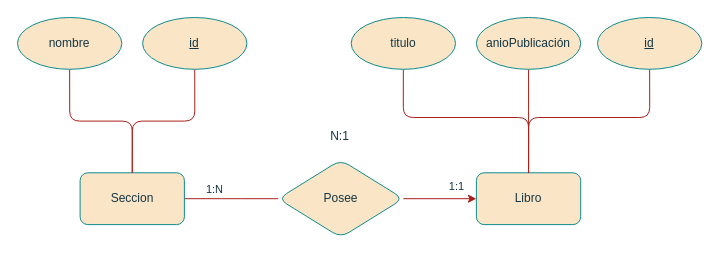
This is base-de-datos/02-ejercicios/01-biblioteca/MR.drawio from 4l3j0Ok/institute-second-year, a draw.io file, before an edit. Source tidied: cells renumbered, new cells numbered last; positions are measured from the earlier drawing's top-left corner, leaving out a move shared by most shapes. Both pictures are drawn from the tidied source at 100%, with x=0, y=0 at pixel (17, 17).
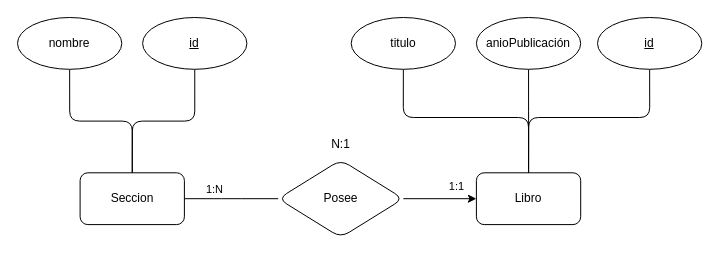
Above is the later version.

Diff of the diagram source:
```diff
@@
-    <mxCell id="2" style="edgeStyle=orthogonalEdgeStyle;rounded=1;jettySize=auto;html=1;entryX=0;entryY=0.5;entryDx=0;entryDy=0;endArrow=none;startFill=0;labelBackgroundColor=none;fontColor=default;startArrow=none;strokeColor=#A8201A;" parent="1" edge="1" source="3" target="7">
+    <mxCell id="2" style="edgeStyle=orthogonalEdgeStyle;rounded=1;jettySize=auto;html=1;entryX=0;entryY=0.5;entryDx=0;entryDy=0;endArrow=none;startFill=0;labelBackgroundColor=none;fontColor=default;startArrow=none;" parent="1" edge="1" source="3" target="7">
       <mxGeometry relative="1" as="geometry" />
     </mxCell>
-    <mxCell id="3" value="Seccion" style="whiteSpace=wrap;html=1;align=center;labelBackgroundColor=none;rounded=1;fillColor=#FAE5C7;strokeColor=#0F8B8D;fontColor=#143642;" parent="1" vertex="1">
+    <mxCell id="3" value="Seccion" style="whiteSpace=wrap;html=1;align=center;labelBackgroundColor=none;rounded=1;" parent="1" vertex="1">
       <mxGeometry x="62.6" y="155.3" width="104.3" height="51.8" as="geometry" />
     </mxCell>
-    <mxCell id="4" value="Libro" style="whiteSpace=wrap;html=1;align=center;labelBackgroundColor=none;rounded=1;fillColor=#FAE5C7;strokeColor=#0F8B8D;fontColor=#143642;" parent="1" vertex="1">
+    <mxCell id="4" value="Libro" style="whiteSpace=wrap;html=1;align=center;labelBackgroundColor=none;rounded=1;" parent="1" vertex="1">
       <mxGeometry x="458.9" y="155.3" width="104.3" height="51.8" as="geometry" />
     </mxCell>
-    <mxCell id="5" style="edgeStyle=orthogonalEdgeStyle;rounded=1;jettySize=auto;html=1;entryX=0;entryY=0.5;entryDx=0;entryDy=0;labelBackgroundColor=none;fontColor=default;endArrow=classic;startFill=0;strokeColor=#A8201A;endFill=1;" parent="1" edge="1" source="7" target="4">
+    <mxCell id="5" style="edgeStyle=orthogonalEdgeStyle;rounded=1;jettySize=auto;html=1;entryX=0;entryY=0.5;entryDx=0;entryDy=0;labelBackgroundColor=none;fontColor=default;endArrow=classic;startFill=0;endFill=1;" parent="1" edge="1" source="7" target="4">
       <mxGeometry relative="1" as="geometry" />
     </mxCell>
-    <mxCell id="6" value="1:N" style="edgeLabel;html=1;align=center;verticalAlign=middle;labelBackgroundColor=none;rounded=1;fontColor=#143642;" parent="5" vertex="1">
+    <mxCell id="6" value="1:N" style="edgeLabel;html=1;align=center;verticalAlign=middle;labelBackgroundColor=none;rounded=1;" parent="5" vertex="1">
       <mxGeometry x="-0.49" y="3" relative="1" as="geometry">
         <mxPoint x="-208" y="-7" as="offset" />
       </mxGeometry>
     </mxCell>
-    <mxCell id="7" value="Posee" style="shape=rhombus;perimeter=rhombusPerimeter;whiteSpace=wrap;html=1;align=center;labelBackgroundColor=none;rounded=1;fillColor=#FAE5C7;strokeColor=#0F8B8D;fontColor=#143642;" parent="1" vertex="1">
+    <mxCell id="7" value="Posee" style="shape=rhombus;perimeter=rhombusPerimeter;whiteSpace=wrap;html=1;align=center;labelBackgroundColor=none;rounded=1;" parent="1" vertex="1">
       <mxGeometry x="260.7" y="142.4" width="125.1" height="77.6" as="geometry" />
     </mxCell>
-    <mxCell id="8" style="edgeStyle=orthogonalEdgeStyle;rounded=1;jettySize=auto;html=1;entryX=0.5;entryY=0;entryDx=0;entryDy=0;endArrow=none;startFill=0;labelBackgroundColor=none;fontColor=default;strokeColor=#A8201A;" parent="1" edge="1" source="9" target="4">
+    <mxCell id="8" style="edgeStyle=orthogonalEdgeStyle;rounded=1;jettySize=auto;html=1;entryX=0.5;entryY=0;entryDx=0;entryDy=0;endArrow=none;startFill=0;labelBackgroundColor=none;fontColor=default;" parent="1" edge="1" source="9" target="4">
       <mxGeometry relative="1" as="geometry">
         <Array as="points">
           <mxPoint x="386" y="100" />
           <mxPoint x="511" y="100" />
         </Array>
       </mxGeometry>
     </mxCell>
-    <mxCell id="9" value="titulo" style="ellipse;whiteSpace=wrap;html=1;align=center;labelBackgroundColor=none;rounded=1;fillColor=#FAE5C7;strokeColor=#0F8B8D;fontColor=#143642;" parent="1" vertex="1">
+    <mxCell id="9" value="titulo" style="ellipse;whiteSpace=wrap;html=1;align=center;labelBackgroundColor=none;rounded=1;" parent="1" vertex="1">
       <mxGeometry x="333.7" width="104.3" height="51.8" as="geometry" />
     </mxCell>
-    <mxCell id="10" style="edgeStyle=orthogonalEdgeStyle;rounded=1;jettySize=auto;html=1;endArrow=none;startFill=0;exitX=0.5;exitY=1;exitDx=0;exitDy=0;labelBackgroundColor=none;fontColor=default;strokeColor=#A8201A;" parent="1" edge="1" source="13" target="4">
+    <mxCell id="10" style="edgeStyle=orthogonalEdgeStyle;rounded=1;jettySize=auto;html=1;endArrow=none;startFill=0;exitX=0.5;exitY=1;exitDx=0;exitDy=0;labelBackgroundColor=none;fontColor=default;" parent="1" edge="1" source="13" target="4">
       <mxGeometry relative="1" as="geometry" />
     </mxCell>
-    <mxCell id="11" style="edgeStyle=orthogonalEdgeStyle;rounded=1;jettySize=auto;html=1;exitX=0.5;exitY=1;exitDx=0;exitDy=0;entryX=0.5;entryY=0;entryDx=0;entryDy=0;fontColor=default;labelBackgroundColor=none;strokeColor=#A8201A;endArrow=none;endFill=0;" parent="1" edge="1" source="12" target="3">
+    <mxCell id="11" style="edgeStyle=orthogonalEdgeStyle;rounded=1;jettySize=auto;html=1;exitX=0.5;exitY=1;exitDx=0;exitDy=0;entryX=0.5;entryY=0;entryDx=0;entryDy=0;fontColor=default;labelBackgroundColor=none;endArrow=none;endFill=0;" parent="1" edge="1" source="12" target="3">
       <mxGeometry relative="1" as="geometry" />
     </mxCell>
-    <mxCell id="12" value="nombre" style="ellipse;whiteSpace=wrap;html=1;align=center;labelBackgroundColor=none;rounded=1;fillColor=#FAE5C7;strokeColor=#0F8B8D;fontColor=#143642;" parent="1" vertex="1">
+    <mxCell id="12" value="nombre" style="ellipse;whiteSpace=wrap;html=1;align=center;labelBackgroundColor=none;rounded=1;" parent="1" vertex="1">
       <mxGeometry width="104.3" height="51.8" as="geometry" />
     </mxCell>
-    <mxCell id="13" value="&lt;div&gt;anioPublicación&lt;/div&gt;" style="ellipse;whiteSpace=wrap;html=1;align=center;labelBackgroundColor=none;rounded=1;fillColor=#FAE5C7;strokeColor=#0F8B8D;fontColor=#143642;" parent="1" vertex="1">
+    <mxCell id="13" value="&lt;div&gt;anioPublicación&lt;/div&gt;" style="ellipse;whiteSpace=wrap;html=1;align=center;labelBackgroundColor=none;rounded=1;" parent="1" vertex="1">
       <mxGeometry x="458.9" width="104.3" height="51.8" as="geometry" />
     </mxCell>
-    <mxCell id="14" style="edgeStyle=orthogonalEdgeStyle;rounded=1;jettySize=auto;html=1;entryX=0.5;entryY=0;entryDx=0;entryDy=0;fontColor=default;endArrow=none;startFill=0;labelBackgroundColor=none;strokeColor=#A8201A;" parent="1" edge="1" source="15" target="3">
+    <mxCell id="14" style="edgeStyle=orthogonalEdgeStyle;rounded=1;jettySize=auto;html=1;entryX=0.5;entryY=0;entryDx=0;entryDy=0;fontColor=default;endArrow=none;startFill=0;labelBackgroundColor=none;" parent="1" edge="1" source="15" target="3">
       <mxGeometry relative="1" as="geometry" />
     </mxCell>
-    <mxCell id="15" value="id" style="ellipse;whiteSpace=wrap;html=1;align=center;fontStyle=4;rounded=1;labelBackgroundColor=none;fillColor=#FAE5C7;strokeColor=#0F8B8D;fontColor=#143642;" parent="1" vertex="1">
+    <mxCell id="15" value="id" style="ellipse;whiteSpace=wrap;html=1;align=center;fontStyle=4;rounded=1;labelBackgroundColor=none;" parent="1" vertex="1">
       <mxGeometry x="125.1" width="104.3" height="51.8" as="geometry" />
     </mxCell>
-    <mxCell id="16" value="N:1" style="text;html=1;align=center;verticalAlign=middle;strokeColor=none;fillColor=none;labelBackgroundColor=none;fontColor=#143642;" parent="1" vertex="1">
-      <mxGeometry x="302.4" y="103.5" width="40" height="30" as="geometry" />
+    <mxCell id="16" value="N:1" style="text;html=1;align=center;verticalAlign=middle;strokeColor=none;fillColor=none;labelBackgroundColor=none;" parent="1" vertex="1">
+      <mxGeometry x="303.3" y="112.3" width="40" height="30" as="geometry" />
     </mxCell>
-    <mxCell id="17" style="edgeStyle=orthogonalEdgeStyle;rounded=1;jettySize=auto;html=1;entryX=0.5;entryY=0;entryDx=0;entryDy=0;fontColor=default;labelBackgroundColor=none;strokeColor=#A8201A;exitX=0.5;exitY=1;exitDx=0;exitDy=0;endArrow=none;endFill=0;" parent="1" edge="1" source="18" target="4">
+    <mxCell id="17" style="edgeStyle=orthogonalEdgeStyle;rounded=1;jettySize=auto;html=1;entryX=0.5;entryY=0;entryDx=0;entryDy=0;fontColor=default;labelBackgroundColor=none;exitX=0.5;exitY=1;exitDx=0;exitDy=0;endArrow=none;endFill=0;" parent="1" edge="1" source="18" target="4">
       <mxGeometry relative="1" as="geometry">
         <Array as="points">
           <mxPoint x="632" y="100" />
           <mxPoint x="511" y="100" />
         </Array>
       </mxGeometry>
     </mxCell>
-    <mxCell id="18" value="id" style="ellipse;whiteSpace=wrap;html=1;align=center;fontStyle=4;rounded=1;labelBackgroundColor=none;fillColor=#FAE5C7;strokeColor=#0F8B8D;fontColor=#143642;" parent="1" vertex="1">
+    <mxCell id="18" value="id" style="ellipse;whiteSpace=wrap;html=1;align=center;fontStyle=4;rounded=1;labelBackgroundColor=none;" parent="1" vertex="1">
       <mxGeometry x="580" width="104.3" height="51.8" as="geometry" />
     </mxCell>
-    <mxCell id="19" value="&lt;div&gt;1:1&lt;/div&gt;" style="edgeLabel;html=1;align=center;verticalAlign=middle;labelBackgroundColor=none;rounded=1;fontColor=#143642;" parent="1" vertex="1">
+    <mxCell id="19" value="&lt;div&gt;1:1&lt;/div&gt;" style="edgeLabel;html=1;align=center;verticalAlign=middle;labelBackgroundColor=none;rounded=1;" parent="1" vertex="1">
       <mxGeometry x="438" y="168.2" as="geometry" />
     </mxCell>
```
